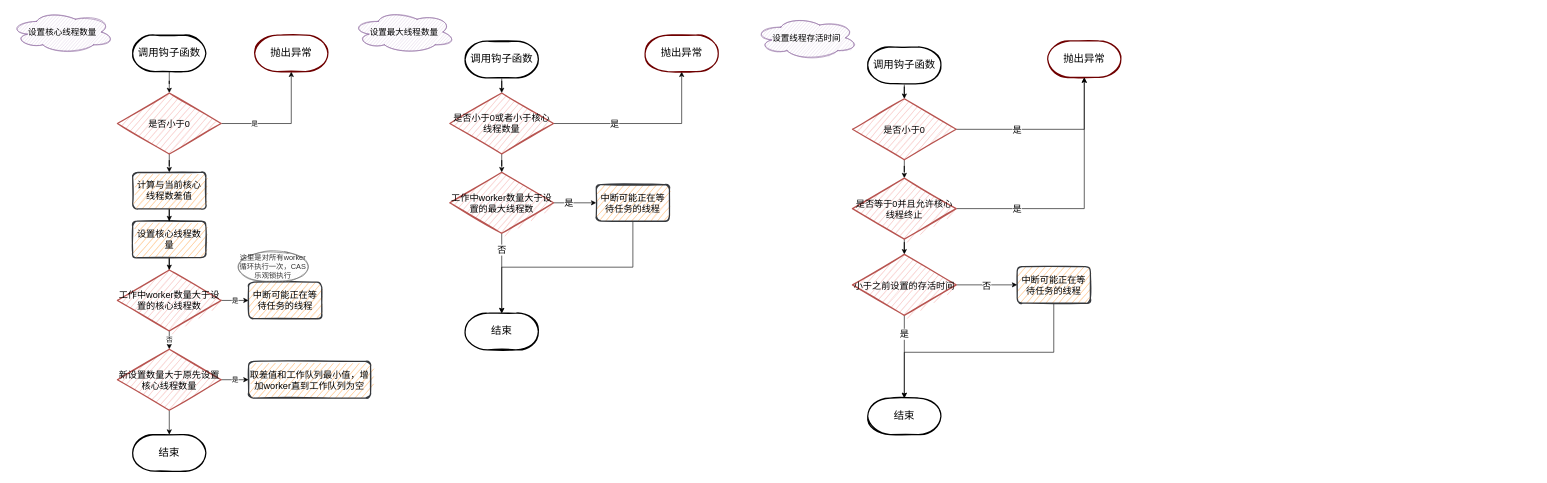
This is draw/Thread流程图/ThreadPool钩子函数.drawio from L1Chenxv/L1Chenxv.github.io, a draw.io file, before an edit. Source tidied: cells renumbered, new cells numbered last; positions are measured from the earlier drawing's top-left corner, leaving out a move shared by most shapes. Both pictures are drawn from the tidied source at 61%, with x=0, y=0 at pixel (10, 10).
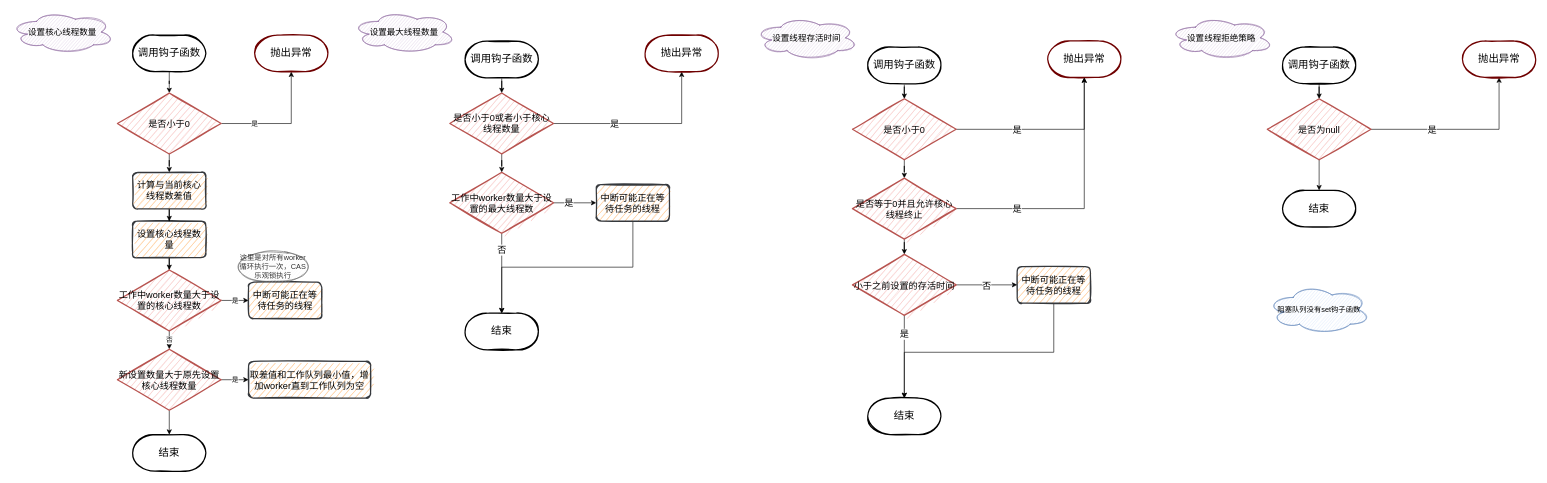
The same diagram, later.

Diff of the diagram source:
```diff
@@
+    <mxCell id="54" value="&lt;font style=&quot;font-size: 14px&quot;&gt;设置线程拒绝策略&lt;br&gt;&lt;/font&gt;" style="ellipse;shape=cloud;whiteSpace=wrap;html=1;fillColor=#e1d5e7;strokeColor=#9673a6;sketch=1;" parent="1" vertex="1">
+      <mxGeometry x="1900" y="9.5" width="170" height="70" as="geometry" />
+    </mxCell>
+    <mxCell id="55" value="&lt;font style=&quot;font-size: 15px&quot;&gt;是&lt;/font&gt;" style="edgeStyle=orthogonalEdgeStyle;rounded=0;jettySize=auto;html=1;entryX=0.5;entryY=1;entryDx=0;entryDy=0;entryPerimeter=0;" parent="1" edge="1" source="57" target="58">
+      <mxGeometry x="-0.32" relative="1" as="geometry" />
+    </mxCell>
+    <mxCell id="56" style="edgeStyle=orthogonalEdgeStyle;rounded=0;jettySize=auto;html=1;" parent="1" edge="1" source="57" target="61">
+      <mxGeometry relative="1" as="geometry" />
+    </mxCell>
+    <mxCell id="57" value="&lt;font style=&quot;font-size: 15px&quot;&gt;是否为null&lt;/font&gt;" style="strokeWidth=2;html=1;shape=mxgraph.flowchart.decision;whiteSpace=wrap;sketch=1;fillColor=#f8cecc;strokeColor=#b85450;rounded=1;" parent="1" vertex="1">
+      <mxGeometry x="2060" y="144.5" width="170" height="100" as="geometry" />
+    </mxCell>
+    <mxCell id="58" value="&lt;span style=&quot;font-size: 17px&quot;&gt;&lt;font color=&quot;#000000&quot;&gt;抛出异常&lt;/font&gt;&lt;/span&gt;" style="strokeWidth=2;html=1;shape=mxgraph.flowchart.terminator;whiteSpace=wrap;sketch=1;rounded=1;strokeColor=#6F0000;fontColor=#ffffff;fillColor=none;" parent="1" vertex="1">
+      <mxGeometry x="2380" y="49.5" width="120" height="60" as="geometry" />
+    </mxCell>
+    <mxCell id="59" style="edgeStyle=orthogonalEdgeStyle;rounded=0;jettySize=auto;html=1;" parent="1" edge="1" source="60" target="57">
+      <mxGeometry relative="1" as="geometry" />
+    </mxCell>
+    <mxCell id="60" value="&lt;span style=&quot;font-size: 17px&quot;&gt;调用钩子函数&lt;/span&gt;" style="strokeWidth=2;html=1;shape=mxgraph.flowchart.terminator;whiteSpace=wrap;sketch=1;rounded=1;" parent="1" vertex="1">
+      <mxGeometry x="2085" y="59.5" width="120" height="60" as="geometry" />
+    </mxCell>
+    <mxCell id="61" value="&lt;span style=&quot;font-size: 17px&quot;&gt;结束&lt;/span&gt;" style="strokeWidth=2;html=1;shape=mxgraph.flowchart.terminator;whiteSpace=wrap;sketch=1;rounded=1;" parent="1" vertex="1">
+      <mxGeometry x="2085" y="294.5" width="120" height="60" as="geometry" />
+    </mxCell>
+    <mxCell id="62" value="阻塞队列没有set钩子函数" style="ellipse;shape=cloud;whiteSpace=wrap;html=1;fillColor=#dae8fc;strokeColor=#6c8ebf;sketch=1;shadow=0;" parent="1" vertex="1">
+      <mxGeometry x="2060" y="450" width="170" height="80" as="geometry" />
+    </mxCell>
```
